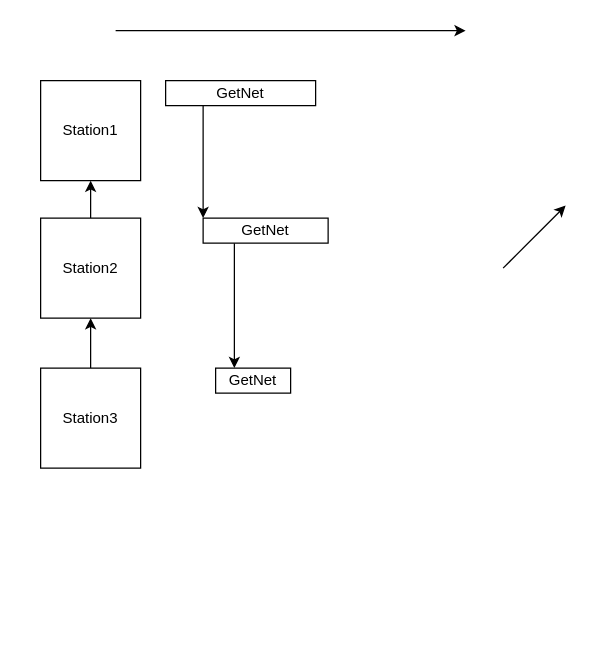
CallumWalley/tradeTest keeps this draw.io diagram as Economy/eframe.drawio. Above is the earlier version. Source tidied: cells renumbered, new cells numbered last; positions are measured from the earlier drawing's top-left corner, leaving out a move shared by most shapes. Both pictures are drawn from the tidied source at 125%, with x=0, y=0 at pixel (40, 30).
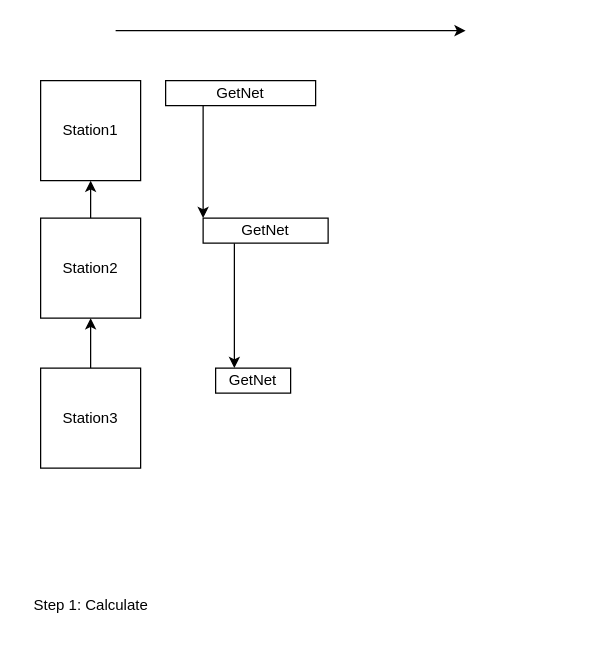
Above is the later version.

Change to the diagram source:
```diff
@@
 <mxGraphModel>
   <root>
     <mxCell id="0" />
     <mxCell id="1" parent="0" />
     <mxCell id="2" value="Station1" style="whiteSpace=wrap;html=1;" parent="1" vertex="1">
       <mxGeometry y="40" width="80" height="80" as="geometry" />
     </mxCell>
     <mxCell id="3" style="edgeStyle=none;html=1;exitX=0.5;exitY=0;exitDx=0;exitDy=0;entryX=0.5;entryY=1;entryDx=0;entryDy=0;" parent="1" edge="1" source="4" target="2">
       <mxGeometry relative="1" as="geometry" />
     </mxCell>
     <mxCell id="4" value="Station2" style="whiteSpace=wrap;html=1;" parent="1" vertex="1">
       <mxGeometry y="150" width="80" height="80" as="geometry" />
     </mxCell>
     <mxCell id="5" style="edgeStyle=none;html=1;exitX=0.5;exitY=0;exitDx=0;exitDy=0;entryX=0.5;entryY=1;entryDx=0;entryDy=0;" parent="1" edge="1" source="6" target="4">
       <mxGeometry relative="1" as="geometry" />
     </mxCell>
     <mxCell id="6" value="Station3" style="whiteSpace=wrap;html=1;" parent="1" vertex="1">
       <mxGeometry y="270" width="80" height="80" as="geometry" />
     </mxCell>
     <mxCell id="7" style="endArrow=classic;html=1;" parent="1" edge="1">
       <mxGeometry relative="1" as="geometry">
         <mxPoint x="60" as="sourcePoint" />
         <mxPoint x="340" as="targetPoint" />
       </mxGeometry>
     </mxCell>
     <mxCell id="8" style="edgeStyle=none;html=1;exitX=0.25;exitY=1;exitDx=0;exitDy=0;entryX=0;entryY=0;entryDx=0;entryDy=0;" parent="1" edge="1" source="9" target="11">
       <mxGeometry relative="1" as="geometry" />
     </mxCell>
     <mxCell id="9" value="GetNet" style="rounded=0;whiteSpace=wrap;html=1;" parent="1" vertex="1">
       <mxGeometry x="100" y="40" width="120" height="20" as="geometry" />
     </mxCell>
     <mxCell id="10" style="edgeStyle=none;html=1;exitX=0.25;exitY=1;exitDx=0;exitDy=0;entryX=0.25;entryY=0;entryDx=0;entryDy=0;" parent="1" edge="1" source="11" target="12">
       <mxGeometry relative="1" as="geometry" />
     </mxCell>
     <mxCell id="11" value="GetNet" style="rounded=0;whiteSpace=wrap;html=1;" parent="1" vertex="1">
       <mxGeometry x="130" y="150" width="100" height="20" as="geometry" />
     </mxCell>
     <mxCell id="12" value="GetNet" style="rounded=0;whiteSpace=wrap;html=1;" parent="1" vertex="1">
       <mxGeometry x="140" y="270" width="60" height="20" as="geometry" />
     </mxCell>
-    <mxCell id="13" style="endArrow=classic;html=1;" parent="1" edge="1">
-      <mxGeometry relative="1" as="geometry">
-        <mxPoint x="370" y="190" as="sourcePoint" />
-        <mxPoint x="420" y="140" as="targetPoint" />
-      </mxGeometry>
-    </mxCell>
+    <mxCell id="14" value="Step 1: Calculate" style="text;html=1;align=center;verticalAlign=middle;strokeColor=none;fillColor=none;" parent="1" vertex="1">
+      <mxGeometry x="-15" y="445" width="110" height="30" as="geometry" />
+    </mxCell>
   </root>
 </mxGraphModel>
```
